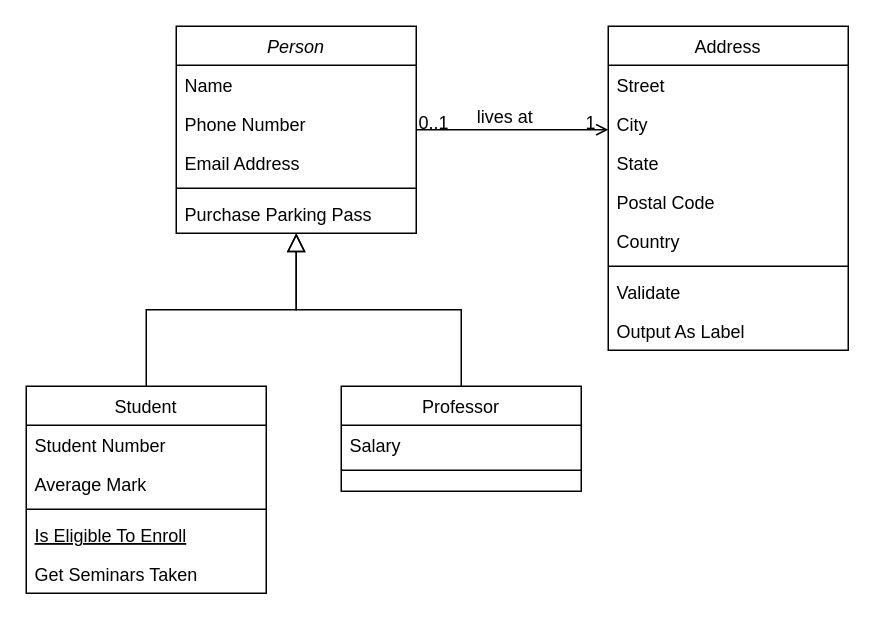
The draw.io diagram ManagementAPI.drawio in code-a11ly/Draw.io, before the edit. Source tidied: cells renumbered, new cells numbered last; positions are measured from the earlier drawing's top-left corner, leaving out a move shared by most shapes. Both pictures are drawn from the tidied source at 150%, with x=0, y=0 at pixel (26, 26).
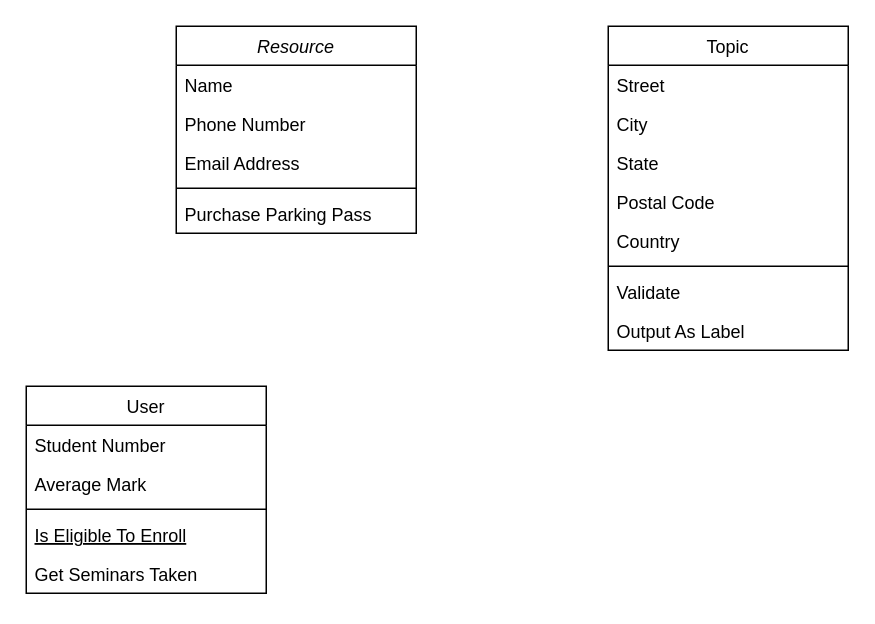
After the change.

Change to the diagram source:
```diff
@@
-    <mxCell id="2" value="Person" style="swimlane;fontStyle=2;align=center;verticalAlign=top;horizontal=1;startSize=26;rounded=0;shadow=0;strokeWidth=1;" parent="1" vertex="1">
+    <mxCell id="2" value="Resource" style="swimlane;fontStyle=2;align=center;verticalAlign=top;horizontal=1;startSize=26;rounded=0;shadow=0;strokeWidth=1;" parent="1" vertex="1">
       <mxGeometry x="100" width="160" height="138" as="geometry" />
     </mxCell>
@@
-    <mxCell id="8" value="Student" style="swimlane;fontStyle=0;align=center;verticalAlign=top;horizontal=1;startSize=26;rounded=0;shadow=0;strokeWidth=1;" parent="1" vertex="1">
+    <mxCell id="8" value="User" style="swimlane;fontStyle=0;align=center;verticalAlign=top;horizontal=1;startSize=26;rounded=0;shadow=0;strokeWidth=1;" parent="1" vertex="1">
       <mxGeometry y="240" width="160" height="138" as="geometry" />
     </mxCell>
@@
-    <mxCell id="14" style="endArrow=block;endSize=10;endFill=0;shadow=0;strokeWidth=1;rounded=0;curved=0;edgeStyle=elbowEdgeStyle;elbow=vertical;" parent="1" edge="1" source="8" target="2">
-      <mxGeometry relative="1" as="geometry" />
-    </mxCell>
-    <mxCell id="15" value="Professor" style="swimlane;fontStyle=0;align=center;verticalAlign=top;horizontal=1;startSize=26;rounded=0;shadow=0;strokeWidth=1;" parent="1" vertex="1">
-      <mxGeometry x="210" y="240" width="160" height="70" as="geometry" />
-    </mxCell>
-    <mxCell id="16" value="Salary" style="text;align=left;verticalAlign=top;spacingLeft=4;spacingRight=4;overflow=hidden;" parent="15" vertex="1">
-      <mxGeometry y="26" width="160" height="26" as="geometry" />
-    </mxCell>
-    <mxCell id="17" style="line;html=1;strokeWidth=1;align=left;verticalAlign=middle;spacingTop=-1;spacingLeft=3;spacingRight=3;labelPosition=right;" parent="15" vertex="1">
-      <mxGeometry y="52" width="160" height="8" as="geometry" />
-    </mxCell>
-    <mxCell id="18" style="endArrow=block;endSize=10;endFill=0;shadow=0;strokeWidth=1;rounded=0;curved=0;edgeStyle=elbowEdgeStyle;elbow=vertical;" parent="1" edge="1" source="15" target="2">
-      <mxGeometry relative="1" as="geometry" />
-    </mxCell>
-    <mxCell id="19" value="Address" style="swimlane;fontStyle=0;align=center;verticalAlign=top;horizontal=1;startSize=26;rounded=0;shadow=0;strokeWidth=1;" parent="1" vertex="1">
+    <mxCell id="19" value="Topic" style="swimlane;fontStyle=0;align=center;verticalAlign=top;horizontal=1;startSize=26;rounded=0;shadow=0;strokeWidth=1;" parent="1" vertex="1">
       <mxGeometry x="388" width="160" height="216" as="geometry" />
     </mxCell>
@@
-    <mxCell id="28" style="endArrow=open;shadow=0;strokeWidth=1;rounded=0;curved=0;endFill=1;edgeStyle=elbowEdgeStyle;elbow=vertical;" parent="1" edge="1" source="2" target="19">
-      <mxGeometry x="0.5" y="41" relative="1" as="geometry">
-        <mxPoint x="-40" y="32" as="offset" />
-      </mxGeometry>
-    </mxCell>
-    <mxCell id="29" value="0..1" style="align=left;verticalAlign=bottom;labelBackgroundColor=none;fontSize=12;" parent="28" vertex="1">
-      <mxGeometry x="-1" relative="1" as="geometry">
-        <mxPoint y="4" as="offset" />
-      </mxGeometry>
-    </mxCell>
-    <mxCell id="30" value="1" style="align=right;verticalAlign=bottom;labelBackgroundColor=none;fontSize=12;" parent="28" vertex="1">
-      <mxGeometry x="1" relative="1" as="geometry">
-        <mxPoint x="-7" y="4" as="offset" />
-      </mxGeometry>
-    </mxCell>
-    <mxCell id="31" value="lives at" style="text;html=1;align=center;verticalAlign=middle;labelBackgroundColor=none;rounded=0;shadow=0;strokeWidth=1;fontSize=12;" parent="28" vertex="1">
-      <mxGeometry x="0.5" y="49" relative="1" as="geometry">
-        <mxPoint x="-38" y="40" as="offset" />
-      </mxGeometry>
-    </mxCell>
```
